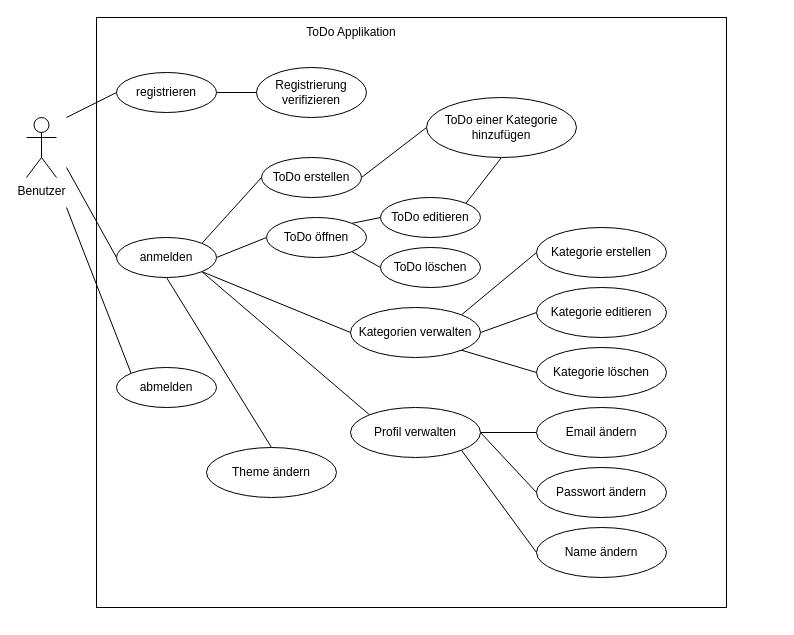
The draw.io diagram Design/Diagramme/use-case-diagramm.drawio in Eddyhotkey/simplydone, before the edit. Source tidied: cells renumbered, new cells numbered last; positions are measured from the earlier drawing's top-left corner, leaving out a move shared by most shapes. Both pictures are drawn from the tidied source at 100%, with x=0, y=0 at pixel (26, 17).
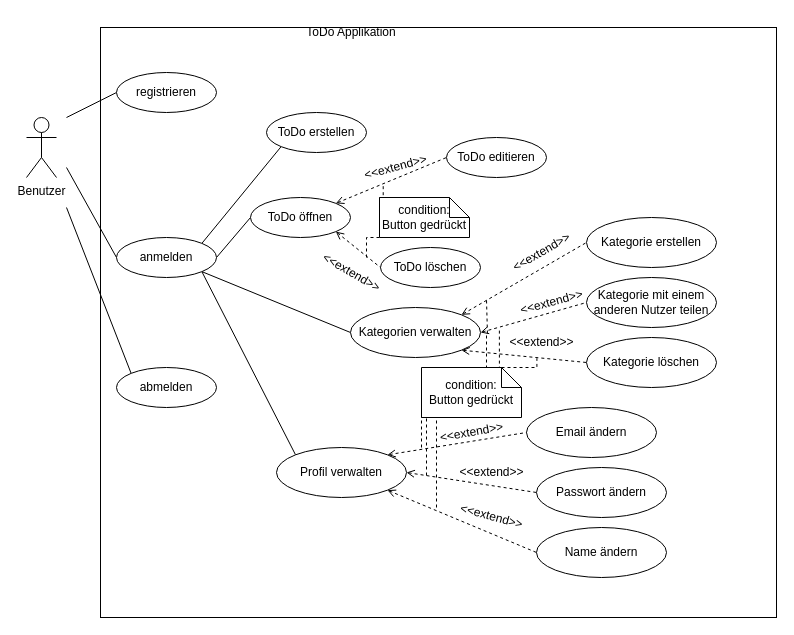
The same page after the edit.

Commit message (it also covers changes not shown here):
update use-case diagramm

Unchanged cells that the change refers to:
```xml
<mxCell id="9" value="registrieren" style="ellipse;whiteSpace=wrap;html=1;" parent="1" vertex="1">
  <mxGeometry x="90" y="55" width="100" height="40" as="geometry" />
</mxCell>
<mxCell id="15" value="anmelden" style="ellipse;whiteSpace=wrap;html=1;" parent="1" vertex="1">
  <mxGeometry x="90" y="220" width="100" height="40" as="geometry" />
</mxCell>
<mxCell id="21" value="ToDo löschen" style="ellipse;whiteSpace=wrap;html=1;" parent="1" vertex="1">
  <mxGeometry x="354" y="230" width="100" height="40" as="geometry" />
</mxCell>
<mxCell id="30" value="Kategorien verwalten" style="ellipse;whiteSpace=wrap;html=1;" parent="1" vertex="1">
  <mxGeometry x="324" y="290" width="130" height="50" as="geometry" />
</mxCell>
<mxCell id="32" value="Passwort ändern" style="ellipse;whiteSpace=wrap;html=1;" parent="1" vertex="1">
  <mxGeometry x="510" y="450" width="130" height="50" as="geometry" />
</mxCell>
<mxCell id="33" value="Name ändern" style="ellipse;whiteSpace=wrap;html=1;" parent="1" vertex="1">
  <mxGeometry x="510" y="510" width="130" height="50" as="geometry" />
</mxCell>
```

The edit, as a diff of the source:
```diff
@@
     <mxCell id="2" style="rounded=0;whiteSpace=wrap;html=1;" parent="1" vertex="1">
-      <mxGeometry x="70" width="630" height="590" as="geometry" />
+      <mxGeometry x="74" y="10" width="676" height="590" as="geometry" />
     </mxCell>
@@
-    <mxCell id="8" style="edgeStyle=orthogonalEdgeStyle;rounded=0;jettySize=auto;html=1;exitX=1;exitY=0.5;exitDx=0;exitDy=0;endArrow=none;endFill=0;" parent="1" edge="1" source="9" target="18">
-      <mxGeometry relative="1" as="geometry" />
-    </mxCell>
@@
-    <mxCell id="10" style="rounded=0;jettySize=auto;html=1;exitX=1;exitY=0;exitDx=0;exitDy=0;entryX=0;entryY=0.5;entryDx=0;entryDy=0;endArrow=none;endFill=0;" parent="1" edge="1" source="15" target="17">
+    <mxCell id="10" style="rounded=0;jettySize=auto;html=1;exitX=1;exitY=0;exitDx=0;exitDy=0;entryX=0;entryY=1;entryDx=0;entryDy=0;endArrow=none;endFill=0;" parent="1" edge="1" source="15" target="17">
       <mxGeometry relative="1" as="geometry" />
     </mxCell>
@@
-    <mxCell id="14" style="edgeStyle=none;rounded=0;jettySize=auto;html=1;exitX=0.5;exitY=1;exitDx=0;exitDy=0;entryX=0.5;entryY=0;entryDx=0;entryDy=0;endArrow=none;endFill=0;" parent="1" edge="1" source="15" target="38">
-      <mxGeometry relative="1" as="geometry" />
-    </mxCell>
@@
-    <mxCell id="16" style="edgeStyle=none;rounded=0;jettySize=auto;html=1;exitX=1;exitY=0.5;exitDx=0;exitDy=0;entryX=0;entryY=0.5;entryDx=0;entryDy=0;endArrow=none;endFill=0;" parent="1" edge="1" source="17" target="23">
-      <mxGeometry relative="1" as="geometry" />
-    </mxCell>
     <mxCell id="17" value="ToDo erstellen" style="ellipse;whiteSpace=wrap;html=1;" parent="1" vertex="1">
-      <mxGeometry x="235" y="140" width="100" height="40" as="geometry" />
+      <mxGeometry x="240" y="95" width="100" height="40" as="geometry" />
     </mxCell>
-    <mxCell id="18" value="Registrierung verifizieren" style="ellipse;whiteSpace=wrap;html=1;" parent="1" vertex="1">
-      <mxGeometry x="230" y="50" width="110" height="50" as="geometry" />
-    </mxCell>
-    <mxCell id="19" style="edgeStyle=none;rounded=0;jettySize=auto;html=1;exitX=1;exitY=0;exitDx=0;exitDy=0;entryX=0.5;entryY=1;entryDx=0;entryDy=0;endArrow=none;endFill=0;" parent="1" edge="1" source="20" target="23">
-      <mxGeometry relative="1" as="geometry" />
-    </mxCell>
     <mxCell id="20" value="ToDo editieren" style="ellipse;whiteSpace=wrap;html=1;" parent="1" vertex="1">
-      <mxGeometry x="354" y="180" width="100" height="40" as="geometry" />
+      <mxGeometry x="420" y="120" width="100" height="40" as="geometry" />
     </mxCell>
@@
     <mxCell id="22" value="Kategorie erstellen" style="ellipse;whiteSpace=wrap;html=1;" parent="1" vertex="1">
-      <mxGeometry x="510" y="210" width="130" height="50" as="geometry" />
+      <mxGeometry x="560" y="200" width="130" height="50" as="geometry" />
     </mxCell>
-    <mxCell id="23" value="ToDo einer Kategorie hinzufügen" style="ellipse;whiteSpace=wrap;html=1;" parent="1" vertex="1">
-      <mxGeometry x="400" y="80" width="150" height="60" as="geometry" />
-    </mxCell>
-    <mxCell id="24" value="Kategorie editieren" style="ellipse;whiteSpace=wrap;html=1;" parent="1" vertex="1">
-      <mxGeometry x="510" y="270" width="130" height="50" as="geometry" />
+    <mxCell id="24" value="Kategorie mit einem&lt;br&gt;anderen Nutzer teilen" style="ellipse;whiteSpace=wrap;html=1;" parent="1" vertex="1">
+      <mxGeometry x="560" y="260" width="130" height="50" as="geometry" />
     </mxCell>
     <mxCell id="25" value="Kategorie löschen" style="ellipse;whiteSpace=wrap;html=1;" parent="1" vertex="1">
-      <mxGeometry x="510" y="330" width="130" height="50" as="geometry" />
+      <mxGeometry x="560" y="320" width="130" height="50" as="geometry" />
     </mxCell>
@@
-    <mxCell id="27" style="edgeStyle=none;rounded=0;jettySize=auto;html=1;exitX=1;exitY=0;exitDx=0;exitDy=0;entryX=0;entryY=0.5;entryDx=0;entryDy=0;endArrow=none;endFill=0;" parent="1" edge="1" source="30" target="22">
+    <mxCell id="27" style="edgeStyle=none;rounded=0;jettySize=auto;html=1;exitX=1;exitY=0;exitDx=0;exitDy=0;entryX=0;entryY=0.5;entryDx=0;entryDy=0;endArrow=none;endFill=0;startArrow=open;startFill=0;dashed=1;" parent="1" edge="1" source="30" target="22">
       <mxGeometry relative="1" as="geometry" />
     </mxCell>
-    <mxCell id="28" style="edgeStyle=none;rounded=0;jettySize=auto;html=1;exitX=1;exitY=0.5;exitDx=0;exitDy=0;entryX=0;entryY=0.5;entryDx=0;entryDy=0;endArrow=none;endFill=0;" parent="1" edge="1" source="30" target="24">
+    <mxCell id="28" style="edgeStyle=none;rounded=0;jettySize=auto;html=1;exitX=1;exitY=0.5;exitDx=0;exitDy=0;entryX=0;entryY=0.5;entryDx=0;entryDy=0;endArrow=none;endFill=0;dashed=1;strokeColor=default;align=center;verticalAlign=middle;fontFamily=Helvetica;fontSize=11;fontColor=default;labelBackgroundColor=default;startArrow=open;startFill=0;" parent="1" edge="1" source="30" target="24">
       <mxGeometry relative="1" as="geometry" />
     </mxCell>
-    <mxCell id="29" style="edgeStyle=none;rounded=0;jettySize=auto;html=1;exitX=1;exitY=1;exitDx=0;exitDy=0;entryX=0;entryY=0.5;entryDx=0;entryDy=0;endArrow=none;endFill=0;" parent="1" edge="1" source="30" target="25">
+    <mxCell id="29" style="edgeStyle=none;rounded=0;jettySize=auto;html=1;exitX=1;exitY=1;exitDx=0;exitDy=0;entryX=0;entryY=0.5;entryDx=0;entryDy=0;endArrow=none;endFill=0;dashed=1;strokeColor=default;align=center;verticalAlign=middle;fontFamily=Helvetica;fontSize=11;fontColor=default;labelBackgroundColor=default;startArrow=open;startFill=0;" parent="1" edge="1" source="30" target="25">
       <mxGeometry relative="1" as="geometry" />
     </mxCell>
@@
     <mxCell id="31" value="Email ändern" style="ellipse;whiteSpace=wrap;html=1;" parent="1" vertex="1">
-      <mxGeometry x="510" y="390" width="130" height="50" as="geometry" />
+      <mxGeometry x="500" y="390" width="130" height="50" as="geometry" />
     </mxCell>
@@
-    <mxCell id="34" style="edgeStyle=none;rounded=0;jettySize=auto;html=1;exitX=1;exitY=0.5;exitDx=0;exitDy=0;entryX=0;entryY=0.5;entryDx=0;entryDy=0;endArrow=none;endFill=0;" parent="1" edge="1" source="37" target="31">
+    <mxCell id="34" style="edgeStyle=none;rounded=0;jettySize=auto;html=1;exitX=1;exitY=0;exitDx=0;exitDy=0;entryX=0;entryY=0.5;entryDx=0;entryDy=0;endArrow=none;endFill=0;dashed=1;strokeColor=default;align=center;verticalAlign=middle;fontFamily=Helvetica;fontSize=11;fontColor=default;labelBackgroundColor=default;startArrow=open;startFill=0;" parent="1" edge="1" source="37" target="31">
       <mxGeometry relative="1" as="geometry" />
     </mxCell>
-    <mxCell id="35" style="edgeStyle=none;rounded=0;jettySize=auto;html=1;exitX=1;exitY=0.5;exitDx=0;exitDy=0;entryX=0;entryY=0.5;entryDx=0;entryDy=0;endArrow=none;endFill=0;" parent="1" edge="1" source="37" target="32">
+    <mxCell id="35" style="edgeStyle=none;rounded=0;jettySize=auto;html=1;exitX=1;exitY=0.5;exitDx=0;exitDy=0;entryX=0;entryY=0.5;entryDx=0;entryDy=0;endArrow=none;endFill=0;dashed=1;strokeColor=default;align=center;verticalAlign=middle;fontFamily=Helvetica;fontSize=11;fontColor=default;labelBackgroundColor=default;startArrow=open;startFill=0;" parent="1" edge="1" source="37" target="32">
       <mxGeometry relative="1" as="geometry" />
     </mxCell>
-    <mxCell id="36" style="edgeStyle=none;rounded=0;jettySize=auto;html=1;exitX=1;exitY=1;exitDx=0;exitDy=0;entryX=0;entryY=0.5;entryDx=0;entryDy=0;endArrow=none;endFill=0;" parent="1" edge="1" source="37" target="33">
+    <mxCell id="36" style="edgeStyle=none;rounded=0;jettySize=auto;html=1;exitX=1;exitY=1;exitDx=0;exitDy=0;entryX=0;entryY=0.5;entryDx=0;entryDy=0;endArrow=none;endFill=0;dashed=1;strokeColor=default;align=center;verticalAlign=middle;fontFamily=Helvetica;fontSize=11;fontColor=default;labelBackgroundColor=default;startArrow=open;startFill=0;" parent="1" edge="1" source="37" target="33">
       <mxGeometry relative="1" as="geometry" />
     </mxCell>
     <mxCell id="37" value="Profil verwalten" style="ellipse;whiteSpace=wrap;html=1;" parent="1" vertex="1">
-      <mxGeometry x="324" y="390" width="130" height="50" as="geometry" />
+      <mxGeometry x="250" y="430" width="130" height="50" as="geometry" />
     </mxCell>
-    <mxCell id="38" value="Theme ändern" style="ellipse;whiteSpace=wrap;html=1;" parent="1" vertex="1">
-      <mxGeometry x="180" y="430" width="130" height="50" as="geometry" />
-    </mxCell>
-    <mxCell id="39" style="edgeStyle=none;rounded=0;jettySize=auto;html=1;exitX=1;exitY=0;exitDx=0;exitDy=0;entryX=0;entryY=0.5;entryDx=0;entryDy=0;endArrow=none;endFill=0;" parent="1" edge="1" source="41" target="20">
+    <mxCell id="39" style="edgeStyle=none;rounded=0;jettySize=auto;html=1;exitX=1;exitY=0;exitDx=0;exitDy=0;entryX=0;entryY=0.5;entryDx=0;entryDy=0;endArrow=none;endFill=0;dashed=1;strokeColor=default;align=center;verticalAlign=middle;fontFamily=Helvetica;fontSize=11;fontColor=default;labelBackgroundColor=default;startArrow=open;startFill=0;" parent="1" edge="1" source="41" target="20">
       <mxGeometry relative="1" as="geometry" />
     </mxCell>
-    <mxCell id="40" style="edgeStyle=none;rounded=0;jettySize=auto;html=1;exitX=1;exitY=1;exitDx=0;exitDy=0;entryX=0;entryY=0.5;entryDx=0;entryDy=0;endArrow=none;endFill=0;" parent="1" edge="1" source="41" target="21">
+    <mxCell id="40" style="edgeStyle=none;rounded=0;jettySize=auto;html=1;exitX=1;exitY=1;exitDx=0;exitDy=0;entryX=0;entryY=0.5;entryDx=0;entryDy=0;endArrow=none;endFill=0;dashed=1;strokeColor=default;align=center;verticalAlign=middle;fontFamily=Helvetica;fontSize=11;fontColor=default;labelBackgroundColor=default;startArrow=open;startFill=0;" parent="1" edge="1" source="41" target="21">
       <mxGeometry relative="1" as="geometry" />
     </mxCell>
     <mxCell id="41" value="ToDo öffnen" style="ellipse;whiteSpace=wrap;html=1;" parent="1" vertex="1">
-      <mxGeometry x="240" y="200" width="100" height="40" as="geometry" />
+      <mxGeometry x="224" y="180" width="100" height="40" as="geometry" />
     </mxCell>
+    <mxCell id="42" value="&amp;lt;&amp;lt;&lt;span style=&quot;background-color: initial;&quot;&gt;extend&amp;gt;&amp;gt;&lt;/span&gt;" style="text;html=1;align=center;verticalAlign=middle;strokeColor=none;fillColor=none;rotation=-30;" parent="1" vertex="1">
+      <mxGeometry x="470" y="220" width="90" height="30" as="geometry" />
+    </mxCell>
+    <mxCell id="43" value="&amp;lt;&amp;lt;&lt;span style=&quot;background-color: initial;&quot;&gt;extend&amp;gt;&amp;gt;&lt;/span&gt;" style="text;html=1;align=center;verticalAlign=middle;strokeColor=none;fillColor=none;rotation=-15;" parent="1" vertex="1">
+      <mxGeometry x="480" y="270" width="90" height="30" as="geometry" />
+    </mxCell>
+    <mxCell id="44" value="&amp;lt;&amp;lt;&lt;span style=&quot;background-color: initial;&quot;&gt;extend&amp;gt;&amp;gt;&lt;/span&gt;" style="text;html=1;align=center;verticalAlign=middle;points=[];strokeColor=none;fillColor=none;rotation=0;" parent="1" vertex="1">
+      <mxGeometry x="470" y="310" width="90" height="30" as="geometry" />
+    </mxCell>
+    <mxCell id="45" value="&amp;lt;&amp;lt;&lt;span style=&quot;background-color: initial;&quot;&gt;extend&amp;gt;&amp;gt;&lt;/span&gt;" style="text;html=1;align=center;verticalAlign=middle;strokeColor=none;fillColor=none;rotation=-10;" parent="1" vertex="1">
+      <mxGeometry x="400" y="400" width="90" height="30" as="geometry" />
+    </mxCell>
+    <mxCell id="46" value="&amp;lt;&amp;lt;&lt;span style=&quot;background-color: initial;&quot;&gt;extend&amp;gt;&amp;gt;&lt;/span&gt;" style="text;html=1;align=center;verticalAlign=middle;strokeColor=none;fillColor=none;rotation=0;" parent="1" vertex="1">
+      <mxGeometry x="420" y="440" width="90" height="30" as="geometry" />
+    </mxCell>
+    <mxCell id="47" value="&amp;lt;&amp;lt;&lt;span style=&quot;background-color: initial;&quot;&gt;extend&amp;gt;&amp;gt;&lt;/span&gt;" style="text;html=1;align=center;verticalAlign=middle;strokeColor=none;fillColor=none;rotation=15;" parent="1" vertex="1">
+      <mxGeometry x="420" y="484" width="90" height="30" as="geometry" />
+    </mxCell>
+    <mxCell id="48" style="edgeStyle=orthogonalEdgeStyle;rounded=0;orthogonalLoop=1;jettySize=auto;html=1;exitX=0;exitY=1;exitDx=0;exitDy=0;exitPerimeter=0;dashed=1;strokeColor=default;align=center;verticalAlign=middle;fontFamily=Helvetica;fontSize=11;fontColor=default;labelBackgroundColor=default;endArrow=none;endFill=0;" parent="1" edge="1">
+      <mxGeometry relative="1" as="geometry">
+        <mxPoint x="395" y="403" as="sourcePoint" />
+        <mxPoint x="395" y="433" as="targetPoint" />
+        <Array as="points">
+          <mxPoint x="395" y="413" />
+          <mxPoint x="395" y="413" />
+        </Array>
+      </mxGeometry>
+    </mxCell>
+    <mxCell id="49" style="edgeStyle=orthogonalEdgeStyle;rounded=0;jettySize=auto;html=1;exitX=0;exitY=1;exitDx=0;exitDy=0;exitPerimeter=0;dashed=1;strokeColor=default;align=center;verticalAlign=middle;fontFamily=Helvetica;fontSize=11;fontColor=default;labelBackgroundColor=default;endArrow=none;endFill=0;" parent="1" edge="1" source="52">
+      <mxGeometry relative="1" as="geometry">
+        <mxPoint x="400" y="460" as="targetPoint" />
+        <Array as="points">
+          <mxPoint x="400" y="400" />
+        </Array>
+      </mxGeometry>
+    </mxCell>
+    <mxCell id="50" style="edgeStyle=orthogonalEdgeStyle;rounded=0;jettySize=auto;html=1;exitX=0;exitY=1;exitDx=0;exitDy=0;exitPerimeter=0;dashed=1;strokeColor=default;align=center;verticalAlign=middle;fontFamily=Helvetica;fontSize=11;fontColor=default;labelBackgroundColor=default;endArrow=none;endFill=0;" parent="1" edge="1" source="52">
+      <mxGeometry relative="1" as="geometry">
+        <mxPoint x="410" y="490" as="targetPoint" />
+        <Array as="points">
+          <mxPoint x="410" y="400" />
+        </Array>
+      </mxGeometry>
+    </mxCell>
+    <mxCell id="51" style="edgeStyle=orthogonalEdgeStyle;rounded=0;orthogonalLoop=1;jettySize=auto;html=1;exitX=0;exitY=0;exitDx=80;exitDy=0;exitPerimeter=0;dashed=1;strokeColor=default;align=center;verticalAlign=middle;fontFamily=Helvetica;fontSize=11;fontColor=default;labelBackgroundColor=default;endArrow=none;endFill=0;" parent="1" edge="1">
+      <mxGeometry relative="1" as="geometry">
+        <mxPoint x="475" y="352" as="sourcePoint" />
+        <mxPoint x="460" y="282" as="targetPoint" />
+        <Array as="points">
+          <mxPoint x="460" y="353" />
+          <mxPoint x="460" y="318" />
+          <mxPoint x="461" y="318" />
+          <mxPoint x="461" y="282" />
+        </Array>
+      </mxGeometry>
+    </mxCell>
+    <mxCell id="52" value="&lt;span style=&quot;text-wrap: nowrap;&quot;&gt;condition:&lt;/span&gt;&lt;br style=&quot;text-wrap: nowrap;&quot;&gt;&lt;span style=&quot;text-wrap: nowrap;&quot;&gt;Button gedrückt&lt;/span&gt;" style="shape=note;size=20;whiteSpace=wrap;html=1;" parent="1" vertex="1">
+      <mxGeometry x="395" y="350" width="100" height="50" as="geometry" />
+    </mxCell>
+    <mxCell id="53" value="&amp;lt;&amp;lt;&lt;span style=&quot;background-color: initial;&quot;&gt;extend&amp;gt;&amp;gt;&lt;/span&gt;" style="text;html=1;align=center;verticalAlign=middle;points=[];strokeColor=none;fillColor=none;rotation=-15;" parent="1" vertex="1">
+      <mxGeometry x="324" y="135" width="90" height="30" as="geometry" />
+    </mxCell>
+    <mxCell id="54" value="&amp;lt;&amp;lt;&lt;span style=&quot;background-color: initial;&quot;&gt;extend&amp;gt;&amp;gt;&lt;/span&gt;" style="text;html=1;align=center;verticalAlign=middle;strokeColor=none;fillColor=none;rotation=30;" parent="1" vertex="1">
+      <mxGeometry x="280" y="240" width="90" height="30" as="geometry" />
+    </mxCell>
+    <mxCell id="55" style="edgeStyle=orthogonalEdgeStyle;rounded=0;jettySize=auto;html=1;exitX=0;exitY=1;exitDx=0;exitDy=0;exitPerimeter=0;dashed=1;strokeColor=default;align=center;verticalAlign=middle;fontFamily=Helvetica;fontSize=11;fontColor=default;labelBackgroundColor=default;endArrow=none;endFill=0;" parent="1" edge="1" source="56">
+      <mxGeometry relative="1" as="geometry">
+        <mxPoint x="340" y="240" as="targetPoint" />
+      </mxGeometry>
+    </mxCell>
+    <mxCell id="56" value="&lt;span style=&quot;text-wrap: nowrap;&quot;&gt;condition:&lt;/span&gt;&lt;br style=&quot;text-wrap: nowrap;&quot;&gt;&lt;span style=&quot;text-wrap: nowrap;&quot;&gt;Button gedrückt&lt;/span&gt;" style="shape=note;size=20;whiteSpace=wrap;html=1;" parent="1" vertex="1">
+      <mxGeometry x="353" y="180" width="90" height="40" as="geometry" />
+    </mxCell>
+    <mxCell id="57" style="edgeStyle=orthogonalEdgeStyle;rounded=0;jettySize=auto;html=1;exitX=0;exitY=0;exitDx=80;exitDy=0;exitPerimeter=0;entryX=0.449;entryY=1.024;entryDx=0;entryDy=0;entryPerimeter=0;dashed=1;endArrow=none;endFill=0;" parent="1" edge="1" source="52" target="44">
+      <mxGeometry relative="1" as="geometry" />
+    </mxCell>
+    <mxCell id="58" style="edgeStyle=orthogonalEdgeStyle;rounded=0;jettySize=auto;html=1;exitX=0;exitY=0;exitDx=80;exitDy=0;exitPerimeter=0;entryX=0.032;entryY=0.068;entryDx=0;entryDy=0;entryPerimeter=0;dashed=1;strokeColor=default;align=center;verticalAlign=middle;fontFamily=Helvetica;fontSize=11;fontColor=default;labelBackgroundColor=default;endArrow=none;endFill=0;" parent="1" edge="1" source="52" target="44">
+      <mxGeometry relative="1" as="geometry" />
+    </mxCell>
+    <mxCell id="59" style="edgeStyle=orthogonalEdgeStyle;rounded=0;jettySize=auto;html=1;exitX=0;exitY=0;exitDx=0;exitDy=0;exitPerimeter=0;entryX=0.319;entryY=0.945;entryDx=0;entryDy=0;entryPerimeter=0;dashed=1;strokeColor=default;align=center;verticalAlign=middle;fontFamily=Helvetica;fontSize=11;fontColor=default;labelBackgroundColor=default;endArrow=none;endFill=0;" parent="1" edge="1" source="56" target="53">
+      <mxGeometry relative="1" as="geometry" />
+    </mxCell>
```
